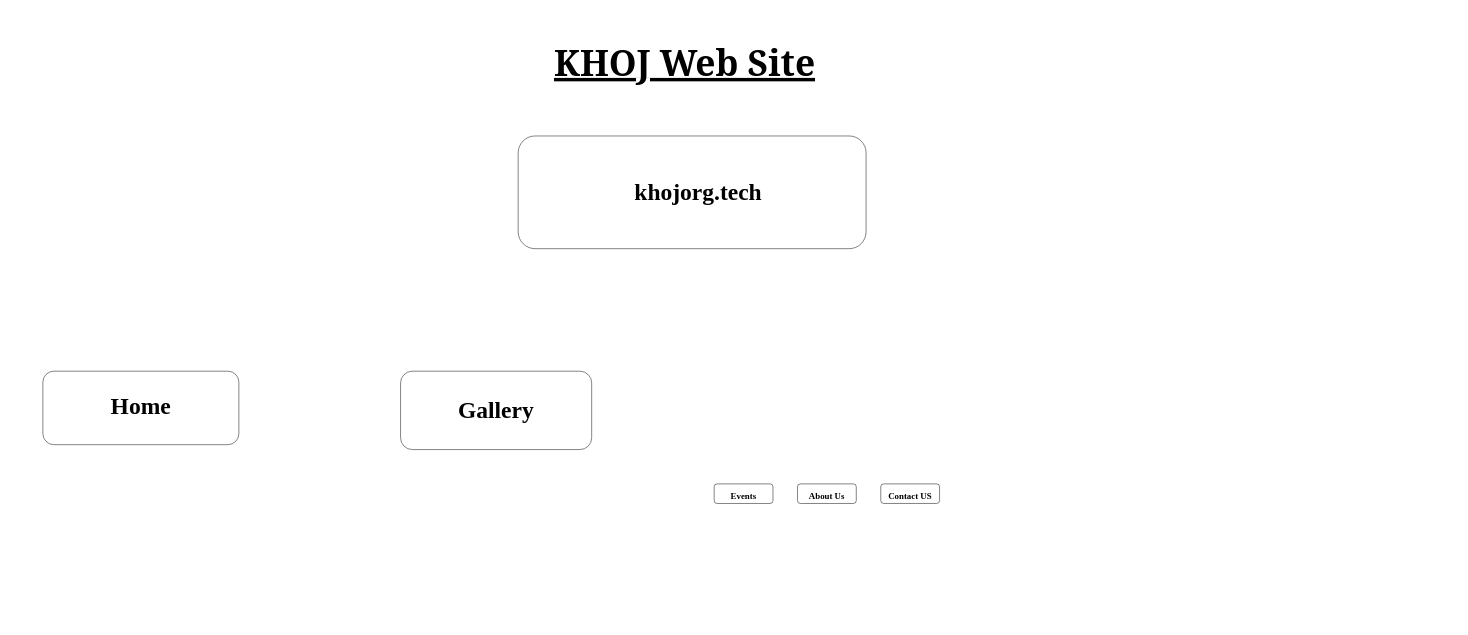
Before: KHOJ.drawio in muhammadsaqueb/Programming-Assignment-2, a draw.io diagram. Source tidied: cells renumbered, new cells numbered last; positions are measured from the earlier drawing's top-left corner, leaving out a move shared by most shapes. Both pictures are drawn from the tidied source at 49%, with x=0, y=0 at pixel (43, 8).
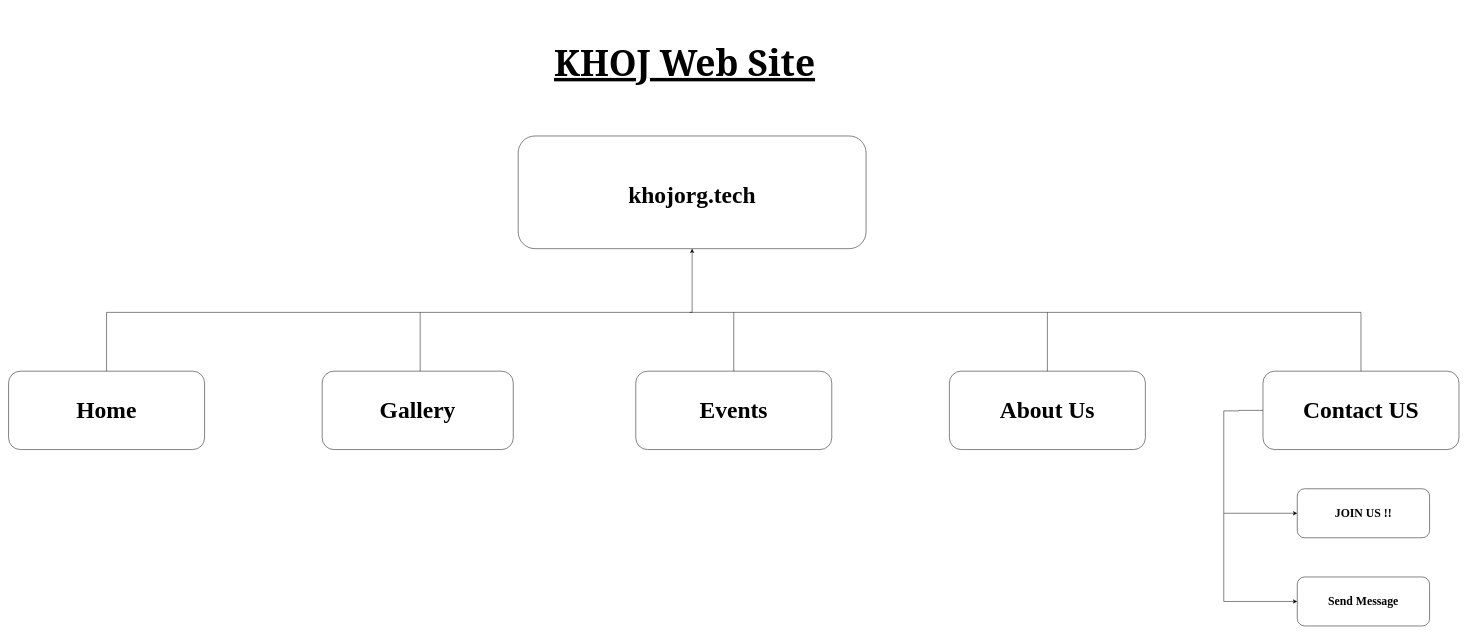
The same diagram, later.

Unchanged cells that the change refers to:
```xml
<mxCell id="4" style="rounded=1;whiteSpace=wrap;html=1;" parent="1" vertex="1">
  <mxGeometry x="970" y="260" width="710" height="230" as="geometry" />
</mxCell>
```

Diff of the diagram source:
```diff
@@
     <mxCell id="2" style="rounded=1;whiteSpace=wrap;html=1;" parent="1" vertex="1">
-      <mxGeometry x="730" y="740" width="390" height="160" as="geometry" />
+      <mxGeometry x="570" y="740" width="390" height="160" as="geometry" />
     </mxCell>
@@
     <mxCell id="5" value="&lt;h3&gt;&lt;font face=&quot;Garamond&quot; style=&quot;font-size: 48px;&quot;&gt;khojorg.tech&lt;/font&gt;&lt;/h3&gt;" style="text;html=1;strokeColor=none;fillColor=none;align=center;verticalAlign=middle;whiteSpace=wrap;rounded=0;" parent="1" vertex="1">
-      <mxGeometry x="1180" y="300" width="315" height="150" as="geometry" />
+      <mxGeometry x="970" y="270" width="710" height="220" as="geometry" />
     </mxCell>
     <mxCell id="6" style="rounded=1;whiteSpace=wrap;html=1;" parent="1" vertex="1">
-      <mxGeometry y="740" width="400" height="150" as="geometry" />
+      <mxGeometry x="-70" y="740" width="400" height="160" as="geometry" />
     </mxCell>
     <mxCell id="7" style="rounded=1;whiteSpace=wrap;html=1;" parent="1" vertex="1">
-      <mxGeometry x="1370" y="970" width="120" height="40" as="geometry" />
+      <mxGeometry x="1210" y="740" width="400" height="160" as="geometry" />
     </mxCell>
     <mxCell id="8" style="rounded=1;whiteSpace=wrap;html=1;" parent="1" vertex="1">
-      <mxGeometry x="1540" y="970" width="120" height="40" as="geometry" />
+      <mxGeometry x="1850" y="740" width="400" height="160" as="geometry" />
     </mxCell>
     <mxCell id="9" style="rounded=1;whiteSpace=wrap;html=1;" parent="1" vertex="1">
-      <mxGeometry x="1710" y="970" width="120" height="40" as="geometry" />
+      <mxGeometry x="2490" y="740" width="400" height="160" as="geometry" />
     </mxCell>
+    <mxCell id="15" style="edgeStyle=orthogonalEdgeStyle;rounded=0;jettySize=auto;html=1;exitX=0.5;exitY=0;exitDx=0;exitDy=0;" parent="1" edge="1" source="10" target="4">
+      <mxGeometry relative="1" as="geometry">
+        <Array as="points">
+          <mxPoint x="130" y="620" />
+          <mxPoint x="1325" y="620" />
+        </Array>
+      </mxGeometry>
+    </mxCell>
     <mxCell id="10" value="&lt;font style=&quot;font-size: 48px;&quot; face=&quot;Garamond&quot;&gt;&lt;b style=&quot;&quot;&gt;Home&lt;/b&gt;&lt;/font&gt;" style="text;html=1;strokeColor=none;fillColor=none;align=center;verticalAlign=middle;whiteSpace=wrap;rounded=0;fontSize=11;fontFamily=Helvetica;fontColor=default;" parent="1" vertex="1">
-      <mxGeometry y="700" width="400" height="220" as="geometry" />
+      <mxGeometry x="-70" y="740" width="400" height="160" as="geometry" />
     </mxCell>
     <mxCell id="11" value="&lt;font style=&quot;font-size: 48px;&quot; face=&quot;Garamond&quot;&gt;&lt;b style=&quot;&quot;&gt;Gallery&lt;/b&gt;&lt;/font&gt;" style="text;html=1;strokeColor=none;fillColor=none;align=center;verticalAlign=middle;whiteSpace=wrap;rounded=0;fontSize=11;fontFamily=Helvetica;fontColor=default;" parent="1" vertex="1">
-      <mxGeometry x="730" y="740" width="390" height="160" as="geometry" />
+      <mxGeometry x="570" y="740" width="390" height="160" as="geometry" />
     </mxCell>
-    <mxCell id="12" value="&lt;font face=&quot;Garamond&quot; style=&quot;font-size: 18px;&quot;&gt;&lt;b&gt;Events&lt;/b&gt;&lt;/font&gt;" style="text;html=1;strokeColor=none;fillColor=none;align=center;verticalAlign=middle;whiteSpace=wrap;rounded=0;fontSize=11;fontFamily=Helvetica;fontColor=default;" parent="1" vertex="1">
-      <mxGeometry x="1400" y="980" width="60" height="30" as="geometry" />
+    <mxCell id="12" value="&lt;font face=&quot;Garamond&quot; style=&quot;font-size: 48px;&quot;&gt;&lt;b style=&quot;&quot;&gt;Events&lt;/b&gt;&lt;/font&gt;" style="text;html=1;strokeColor=none;fillColor=none;align=center;verticalAlign=middle;whiteSpace=wrap;rounded=0;fontSize=11;fontFamily=Helvetica;fontColor=default;" parent="1" vertex="1">
+      <mxGeometry x="1210" y="740" width="400" height="160" as="geometry" />
     </mxCell>
-    <mxCell id="13" value="&lt;font face=&quot;Garamond&quot; style=&quot;font-size: 18px;&quot;&gt;&lt;b&gt;About Us&lt;/b&gt;&lt;/font&gt;" style="text;html=1;strokeColor=none;fillColor=none;align=center;verticalAlign=middle;whiteSpace=wrap;rounded=0;fontSize=11;fontFamily=Helvetica;fontColor=default;" parent="1" vertex="1">
-      <mxGeometry x="1560" y="980" width="80" height="30" as="geometry" />
+    <mxCell id="13" value="&lt;font face=&quot;Garamond&quot; style=&quot;font-size: 48px;&quot;&gt;&lt;b style=&quot;&quot;&gt;About Us&lt;/b&gt;&lt;/font&gt;" style="text;html=1;strokeColor=none;fillColor=none;align=center;verticalAlign=middle;whiteSpace=wrap;rounded=0;fontSize=11;fontFamily=Helvetica;fontColor=default;" parent="1" vertex="1">
+      <mxGeometry x="1850" y="740" width="400" height="160" as="geometry" />
     </mxCell>
+    <mxCell id="16" style="edgeStyle=orthogonalEdgeStyle;rounded=0;jettySize=auto;html=1;exitX=0;exitY=0.5;exitDx=0;exitDy=0;entryX=0;entryY=0.5;entryDx=0;entryDy=0;" parent="1" edge="1" source="14" target="22">
+      <mxGeometry relative="1" as="geometry">
+        <Array as="points">
+          <mxPoint x="2441" y="820" />
+          <mxPoint x="2441" y="821" />
+          <mxPoint x="2410" y="821" />
+          <mxPoint x="2410" y="1030" />
+        </Array>
+      </mxGeometry>
+    </mxCell>
-    <mxCell id="14" value="&lt;font face=&quot;Garamond&quot; style=&quot;font-size: 18px;&quot;&gt;&lt;b&gt;Contact US&lt;/b&gt;&lt;/font&gt;" style="text;html=1;strokeColor=none;fillColor=none;align=center;verticalAlign=middle;whiteSpace=wrap;rounded=0;fontSize=11;fontFamily=Helvetica;fontColor=default;" parent="1" vertex="1">
-      <mxGeometry x="1720" y="980" width="100" height="30" as="geometry" />
+    <mxCell id="14" value="&lt;font face=&quot;Garamond&quot; style=&quot;font-size: 48px;&quot;&gt;&lt;b style=&quot;&quot;&gt;Contact US&lt;/b&gt;&lt;/font&gt;" style="text;html=1;strokeColor=none;fillColor=none;align=center;verticalAlign=middle;whiteSpace=wrap;rounded=0;fontSize=11;fontFamily=Helvetica;fontColor=default;" parent="1" vertex="1">
+      <mxGeometry x="2490" y="740" width="400" height="160" as="geometry" />
     </mxCell>
+    <mxCell id="17" style="endArrow=none;html=1;rounded=0;" parent="1" edge="1">
+      <mxGeometry relative="1" as="geometry">
+        <mxPoint x="770" y="740" as="sourcePoint" />
+        <mxPoint x="770" y="620" as="targetPoint" />
+      </mxGeometry>
+    </mxCell>
+    <mxCell id="18" style="endArrow=none;html=1;rounded=0;" parent="1" edge="1">
+      <mxGeometry relative="1" as="geometry">
+        <mxPoint x="1320" y="620" as="sourcePoint" />
+        <mxPoint x="2690" y="620" as="targetPoint" />
+      </mxGeometry>
+    </mxCell>
+    <mxCell id="19" style="endArrow=none;html=1;rounded=0;exitX=0.5;exitY=0;exitDx=0;exitDy=0;" parent="1" edge="1">
+      <mxGeometry relative="1" as="geometry">
+        <mxPoint x="2690" y="740" as="sourcePoint" />
+        <mxPoint x="2690" y="620" as="targetPoint" />
+      </mxGeometry>
+    </mxCell>
+    <mxCell id="20" style="endArrow=none;html=1;rounded=0;exitX=0.5;exitY=0;exitDx=0;exitDy=0;" parent="1" edge="1" source="12">
+      <mxGeometry relative="1" as="geometry">
+        <mxPoint x="1410" y="620" as="targetPoint" />
+      </mxGeometry>
+    </mxCell>
+    <mxCell id="21" style="endArrow=none;html=1;rounded=0;" parent="1" edge="1" source="13">
+      <mxGeometry relative="1" as="geometry">
+        <mxPoint x="2050" y="620" as="targetPoint" />
+      </mxGeometry>
+    </mxCell>
+    <mxCell id="22" style="rounded=1;whiteSpace=wrap;html=1;" parent="1" vertex="1">
+      <mxGeometry x="2560" y="980" width="270" height="100" as="geometry" />
+    </mxCell>
+    <mxCell id="23" style="rounded=1;whiteSpace=wrap;html=1;" parent="1" vertex="1">
+      <mxGeometry x="2560" y="1160" width="270" height="100" as="geometry" />
+    </mxCell>
+    <mxCell id="24" style="endArrow=classic;html=1;rounded=0;" parent="1" edge="1">
+      <mxGeometry relative="1" as="geometry">
+        <mxPoint x="2410" y="1030" as="sourcePoint" />
+        <mxPoint x="2560" y="1210" as="targetPoint" />
+        <Array as="points">
+          <mxPoint x="2410" y="1210" />
+        </Array>
+      </mxGeometry>
+    </mxCell>
+    <mxCell id="25" value="&lt;font style=&quot;font-size: 24px;&quot; face=&quot;Times New Roman&quot;&gt;&lt;b style=&quot;&quot;&gt;JOIN US !!&lt;/b&gt;&lt;/font&gt;" style="text;html=1;strokeColor=none;fillColor=none;align=center;verticalAlign=middle;whiteSpace=wrap;rounded=0;" parent="1" vertex="1">
+      <mxGeometry x="2560" y="980" width="270" height="100" as="geometry" />
+    </mxCell>
+    <mxCell id="26" value="&lt;font style=&quot;font-size: 24px;&quot; face=&quot;Times New Roman&quot;&gt;&lt;b style=&quot;&quot;&gt;Send Message&lt;/b&gt;&lt;/font&gt;" style="text;html=1;strokeColor=none;fillColor=none;align=center;verticalAlign=middle;whiteSpace=wrap;rounded=0;" parent="1" vertex="1">
+      <mxGeometry x="2560" y="1160" width="270" height="100" as="geometry" />
+    </mxCell>
```
